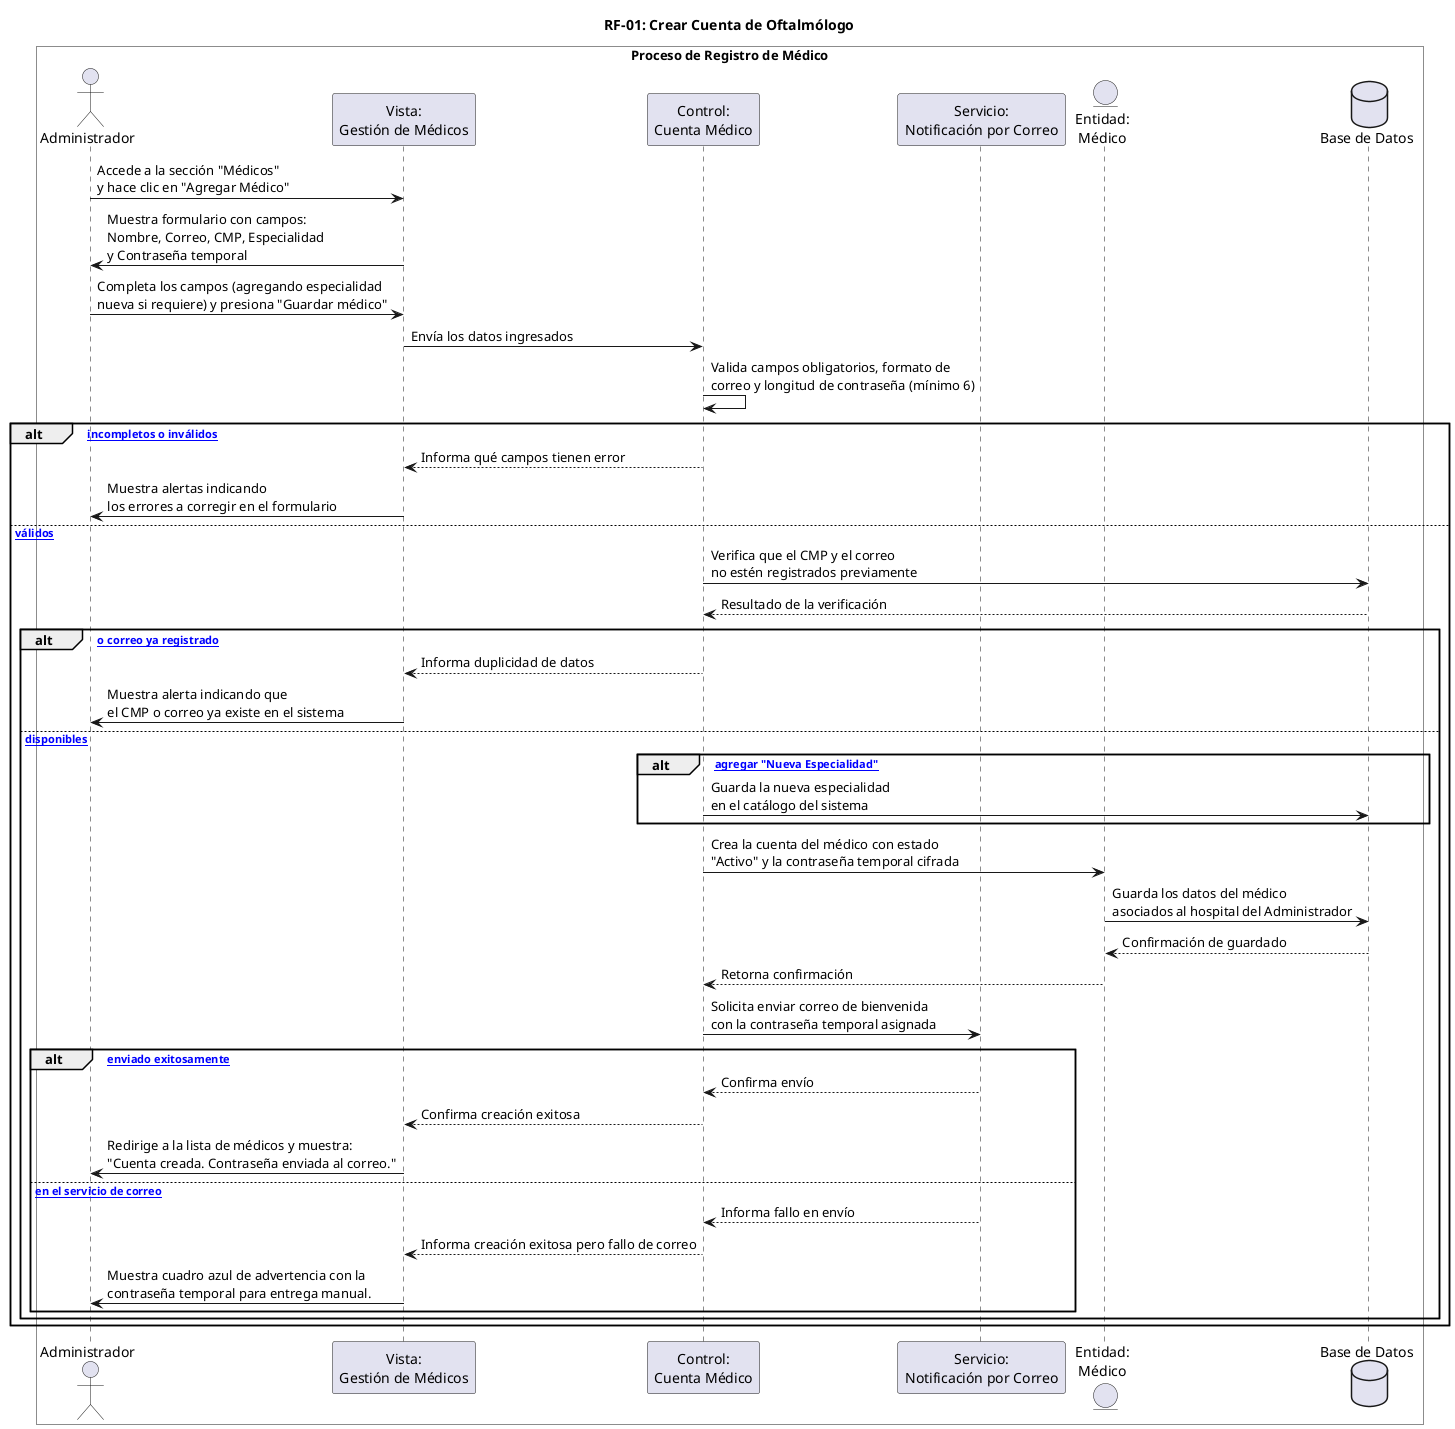
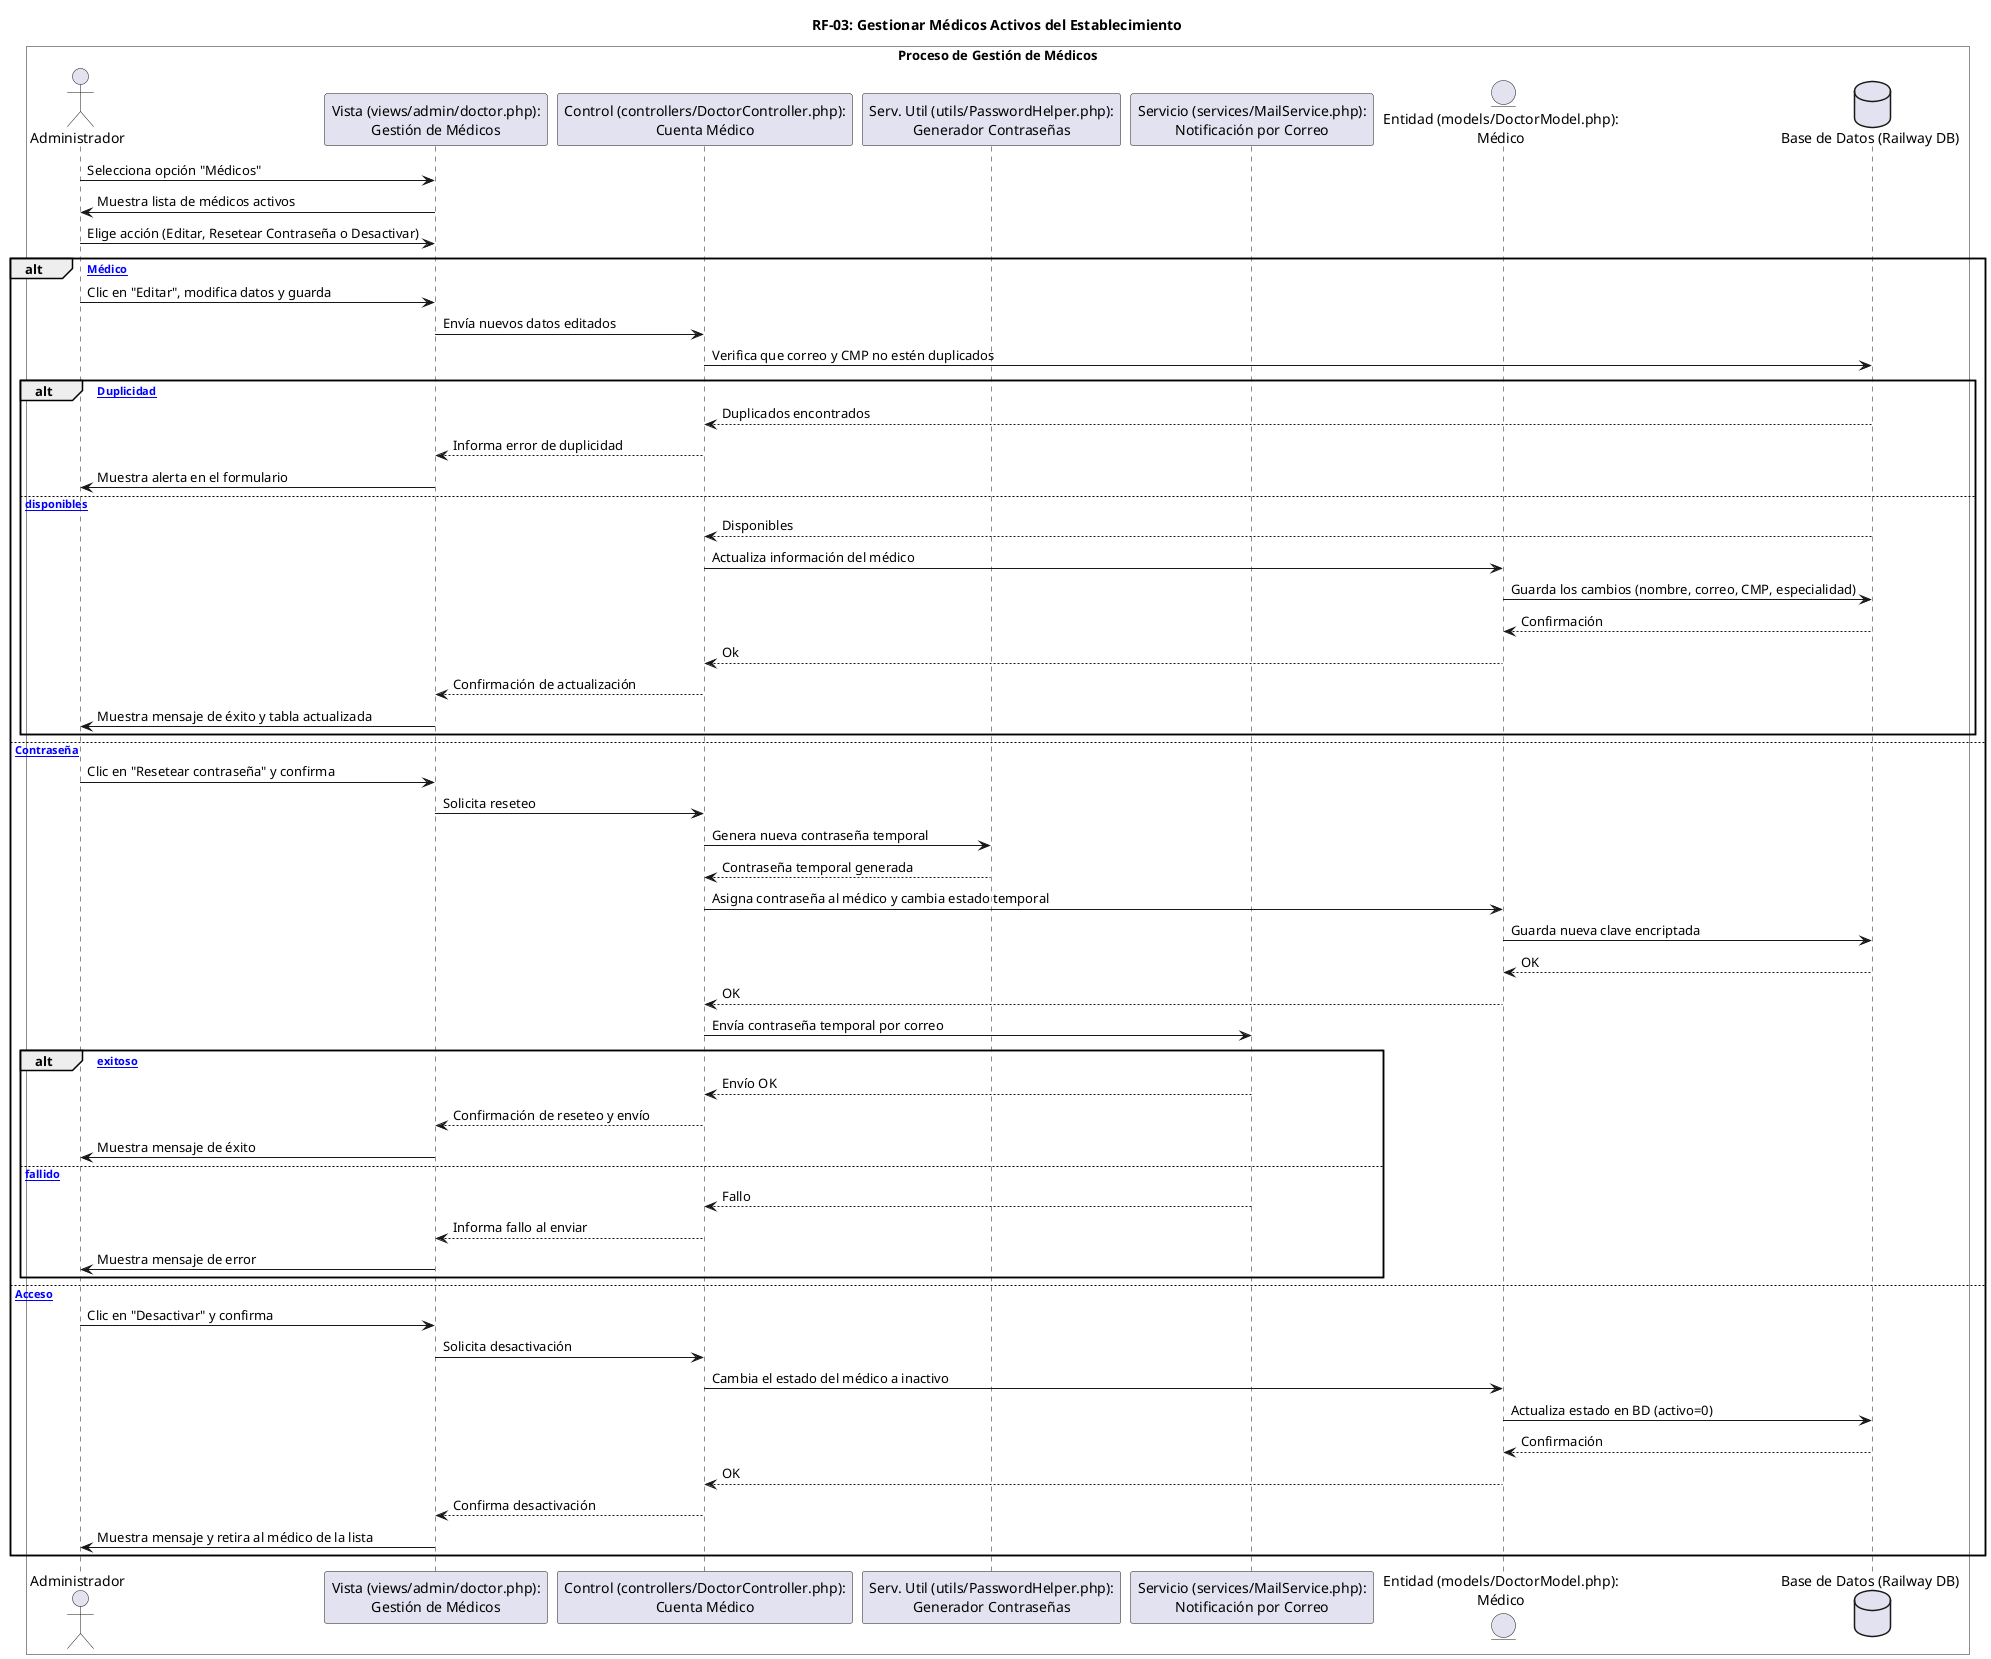
- @startuml RF01_SRS_CrearCuentaOftalmologo
+ ﻿@startuml RF01_SRS_CrearCuentaOftalmologo

title RF-01: Crear Cuenta de Oftalmólogo

actor "Administrador" as Admin
- participant "Vista:\nGestión de Médicos" as Vista
- participant "Control:\nCuenta Médico" as Control
- participant "Servicio:\nNotificación por Correo" as Mail
- entity "Entidad:\nMédico" as Entidad
- database "Base de Datos" as BD
+ participant "Vista (views/admin/create_doctor.php):\nGestión de Médicos" as Vista
+ participant "Control (controllers/DoctorController.php):\nCuenta Médico" as Control
+ participant "Servicio (services/MailService.php):\nNotificación por Correo" as Mail
+ entity "Entidad (models/DoctorModel.php):\nMédico" as Entidad
+ database "Base de Datos (Railway DB)" as BD

box "Proceso de Registro de Médico" #White
    participant Admin
    participant Vista
    participant Control
    participant Mail
    participant Entidad
    participant BD
end box

Admin -> Vista : Accede a la sección "Médicos"\ny hace clic en "Agregar Médico"
Vista -> Admin : Muestra formulario con campos:\nNombre, Correo, CMP, Especialidad\ny Contraseña temporal
Admin -> Vista : Completa los campos (agregando especialidad\nnueva si requiere) y presiona "Guardar médico"
Vista -> Control : Envía los datos ingresados
Control -> Control : Valida campos obligatorios, formato de\ncorreo y longitud de contraseña (mínimo 6)

alt [Datos incompletos o inválidos]
    Control --> Vista : Informa qué campos tienen error
    Vista -> Admin : Muestra alertas indicando\nlos errores a corregir en el formulario
else [Datos válidos]
    Control -> BD : Verifica que el CMP y el correo\nno estén registrados previamente
    BD --> Control : Resultado de la verificación

    alt [CMP o correo ya registrado]
        Control --> Vista : Informa duplicidad de datos
        Vista -> Admin : Muestra alerta indicando que\nel CMP o correo ya existe en el sistema
    else [Datos disponibles]
        alt [Seleccionó agregar "Nueva Especialidad"]
            Control -> BD : Guarda la nueva especialidad\nen el catálogo del sistema
        end

        Control -> Entidad : Crea la cuenta del médico con estado\n"Activo" y la contraseña temporal cifrada
        Entidad -> BD : Guarda los datos del médico\nasociados al hospital del Administrador
        BD --> Entidad : Confirmación de guardado
        Entidad --> Control : Retorna confirmación

        Control -> Mail : Solicita enviar correo de bienvenida\ncon la contraseña temporal asignada

        alt [Correo enviado exitosamente]
            Mail --> Control : Confirma envío
            Control --> Vista : Confirma creación exitosa
            Vista -> Admin : Redirige a la lista de médicos y muestra:\n"Cuenta creada. Contraseña enviada al correo."
        else [Fallo en el servicio de correo]
            Mail --> Control : Informa fallo en envío
            Control --> Vista : Informa creación exitosa pero fallo de correo
            Vista -> Admin : Muestra cuadro azul de advertencia con la\ncontraseña temporal para entrega manual.
        end
    end
end

+ @enduml
+ 
+ @startuml RF03_SRS_GestionarMedicos
+ 
+ title RF-03: Gestionar Médicos Activos del Establecimiento
+ 
+ actor "Administrador" as Admin
+ participant "Vista (views/admin/doctor.php):\nGestión de Médicos" as Vista
+ participant "Control (controllers/DoctorController.php):\nCuenta Médico" as Control
+ participant "Serv. Util (utils/PasswordHelper.php):\nGenerador Contraseñas" as Util
+ participant "Servicio (services/MailService.php):\nNotificación por Correo" as Mail
+ entity "Entidad (models/DoctorModel.php):\nMédico" as Entidad
+ database "Base de Datos (Railway DB)" as BD
+ 
+ box "Proceso de Gestión de Médicos" #White
+     participant Admin
+     participant Vista
+     participant Control
+     participant Util
+     participant Mail
+     participant Entidad
+     participant BD
+ end box
+ 
+ Admin -> Vista : Selecciona opción "Médicos"
+ Vista -> Admin : Muestra lista de médicos activos
+ Admin -> Vista : Elige acción (Editar, Resetear Contraseña o Desactivar)
+ 
+ alt [Editar Médico]
+     Admin -> Vista : Clic en "Editar", modifica datos y guarda
+     Vista -> Control : Envía nuevos datos editados
+     Control -> BD : Verifica que correo y CMP no estén duplicados
+ 
+     alt [Duplicidad]
+         BD --> Control : Duplicados encontrados
+         Control --> Vista : Informa error de duplicidad
+         Vista -> Admin : Muestra alerta en el formulario
+     else [Datos disponibles]
+         BD --> Control : Disponibles
+         Control -> Entidad : Actualiza información del médico
+         Entidad -> BD : Guarda los cambios (nombre, correo, CMP, especialidad)
+         BD --> Entidad : Confirmación
+         Entidad --> Control : Ok
+         Control --> Vista : Confirmación de actualización
+         Vista -> Admin : Muestra mensaje de éxito y tabla actualizada
+     end
+ 
+ else [Resetear Contraseña]
+     Admin -> Vista : Clic en "Resetear contraseña" y confirma
+     Vista -> Control : Solicita reseteo
+     Control -> Util : Genera nueva contraseña temporal
+     Util --> Control : Contraseña temporal generada
+     Control -> Entidad : Asigna contraseña al médico y cambia estado temporal
+     Entidad -> BD : Guarda nueva clave encriptada
+     BD --> Entidad : OK
+     Entidad --> Control : OK
+ 
+     Control -> Mail : Envía contraseña temporal por correo
+     alt [Correo exitoso]
+         Mail --> Control : Envío OK
+         Control --> Vista : Confirmación de reseteo y envío
+         Vista -> Admin : Muestra mensaje de éxito
+     else [Correo fallido]
+         Mail --> Control : Fallo
+         Control --> Vista : Informa fallo al enviar
+         Vista -> Admin : Muestra mensaje de error
+     end
+ 
+ else [Desactivar Acceso]
+     Admin -> Vista : Clic en "Desactivar" y confirma
+     Vista -> Control : Solicita desactivación
+     Control -> Entidad : Cambia el estado del médico a inactivo
+     Entidad -> BD : Actualiza estado en BD (activo=0)
+     BD --> Entidad : Confirmación
+     Entidad --> Control : OK
+     Control --> Vista : Confirma desactivación
+     Vista -> Admin : Muestra mensaje y retira al médico de la lista
+ end
+ 
@enduml